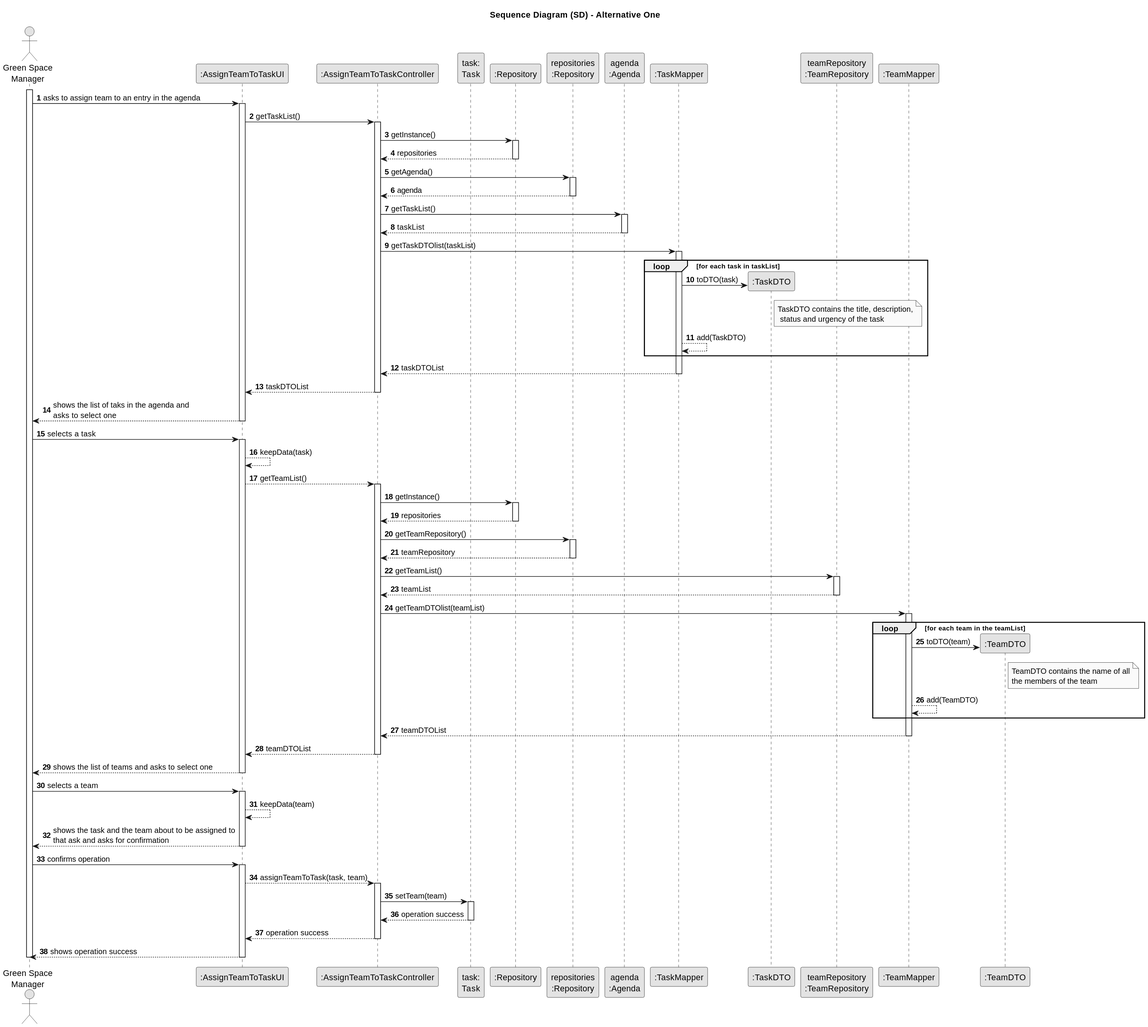
The PlantUML diagram docs/sprintC/us023/03.design/svg/us023-sequence-diagram.svg in Rui-San/LAPR2_2023_2024, before a commit.
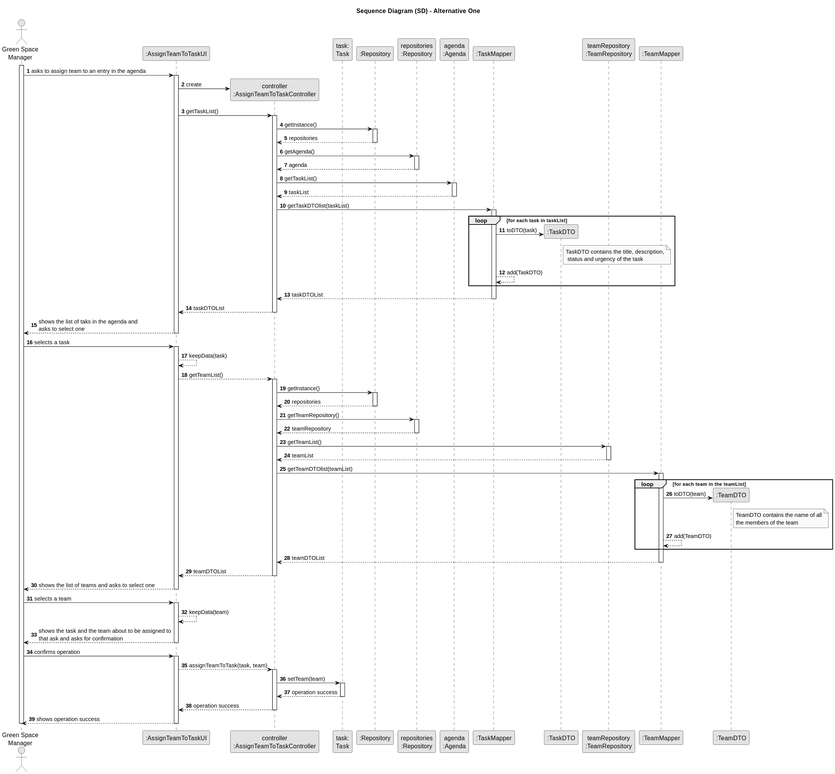
The same diagram one commit later.

Commit message:
US23: minor change to Sequence Diagram

Diff of the diagram source:
```diff
@@ -9,7 +9,7 @@
 
 actor "Green Space\nManager" as GSM
 participant ":AssignTeamToTaskUI" as UI
-participant ":AssignTeamToTaskController" as CTRL
+participant "controller\n:AssignTeamToTaskController" as CTRL
 participant "task:\nTask" as Task
 participant ":Repository" as REPO
 participant "repositories\n:Repository" as REPOInstance
@@ -21,9 +21,11 @@
 participant ":TeamDTO" as TeamDTO
 
 activate GSM
+
     GSM -> UI: asks to assign team to an entry in the agenda
     activate UI
 
+        UI -> CTRL** : create
         UI -> CTRL: getTaskList()
         activate CTRL
 
```
